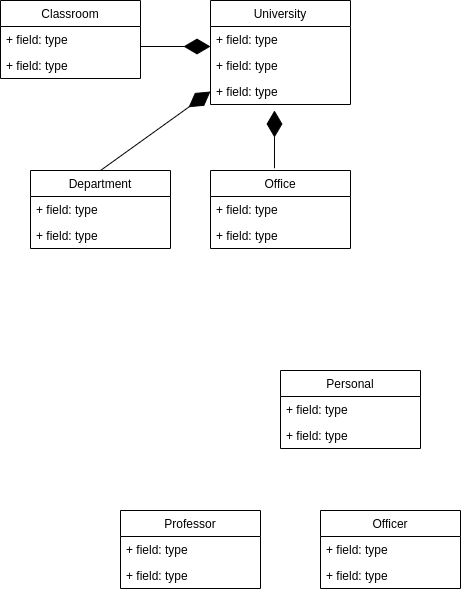
dikkulah/kodluyoruz-oop keeps this draw.io diagram as a.png. Above is the earlier version. Source tidied: cells renumbered, new cells last; positions are measured from the earlier drawing's top-left corner, leaving out a move shared by most shapes.
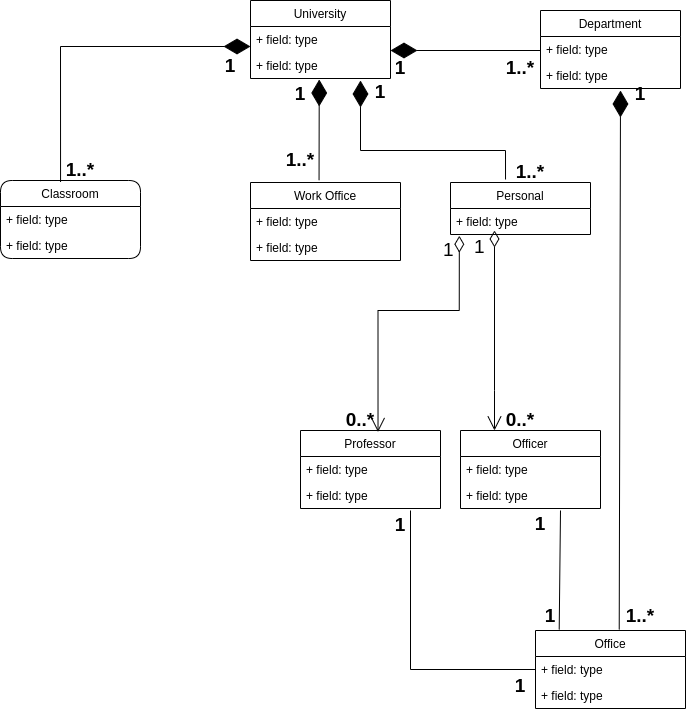
After the commit.

Diff of the diagram source:
```diff
@@ -3,7 +3,7 @@
     <mxCell id="0" />
     <mxCell id="1" parent="0" />
     <mxCell id="2" value="University" style="swimlane;fontStyle=0;horizontal=1;startSize=26;fillColor=none;" parent="1" vertex="1">
-      <mxGeometry x="210" width="140" height="104" as="geometry" />
+      <mxGeometry x="210" width="140" height="78" as="geometry" />
     </mxCell>
     <mxCell id="3" value="+ field: type" style="text;strokeColor=none;fillColor=none;align=left;verticalAlign=top;spacingLeft=4;spacingRight=4;overflow=hidden;" parent="2" vertex="1">
       <mxGeometry y="26" width="140" height="26" as="geometry" />
@@ -11,11 +11,8 @@
     <mxCell id="4" value="+ field: type" style="text;strokeColor=none;fillColor=none;align=left;verticalAlign=top;spacingLeft=4;spacingRight=4;overflow=hidden;points=[[0,0.5],[1,0.5]];portConstraint=eastwest;" parent="2" vertex="1">
       <mxGeometry y="52" width="140" height="26" as="geometry" />
     </mxCell>
-    <mxCell id="5" value="+ field: type" style="text;strokeColor=none;fillColor=none;align=left;verticalAlign=top;spacingLeft=4;spacingRight=4;overflow=hidden;points=[[0,0.5],[1,0.5]];portConstraint=eastwest;" parent="2" vertex="1">
-      <mxGeometry y="78" width="140" height="26" as="geometry" />
-    </mxCell>
     <mxCell id="6" value="Department" style="swimlane;fontStyle=0;horizontal=1;startSize=26;fillColor=none;" parent="1" vertex="1">
-      <mxGeometry x="30" y="170" width="140" height="78" as="geometry" />
+      <mxGeometry x="500" y="10" width="140" height="78" as="geometry" />
     </mxCell>
     <mxCell id="7" value="+ field: type" style="text;strokeColor=none;fillColor=none;align=left;verticalAlign=top;spacingLeft=4;spacingRight=4;overflow=hidden;" parent="6" vertex="1">
       <mxGeometry y="26" width="140" height="26" as="geometry" />
@@ -23,26 +20,23 @@
     <mxCell id="8" value="+ field: type" style="text;strokeColor=none;fillColor=none;align=left;verticalAlign=top;spacingLeft=4;spacingRight=4;overflow=hidden;" parent="6" vertex="1">
       <mxGeometry y="52" width="140" height="26" as="geometry" />
     </mxCell>
-    <mxCell id="9" value="Office" style="swimlane;fontStyle=0;horizontal=1;startSize=26;fillColor=none;" parent="1" vertex="1">
-      <mxGeometry x="210" y="170" width="140" height="78" as="geometry" />
+    <mxCell id="9" value="Work Office" style="swimlane;fontStyle=0;horizontal=1;startSize=26;fillColor=none;" parent="1" vertex="1">
+      <mxGeometry x="210" y="182" width="150" height="78" as="geometry" />
     </mxCell>
     <mxCell id="10" value="+ field: type" style="text;strokeColor=none;fillColor=none;align=left;verticalAlign=top;spacingLeft=4;spacingRight=4;overflow=hidden;" parent="9" vertex="1">
-      <mxGeometry y="26" width="140" height="26" as="geometry" />
+      <mxGeometry y="26" width="150" height="26" as="geometry" />
     </mxCell>
     <mxCell id="11" value="+ field: type" style="text;strokeColor=none;fillColor=none;align=left;verticalAlign=top;spacingLeft=4;spacingRight=4;overflow=hidden;" parent="9" vertex="1">
-      <mxGeometry y="52" width="140" height="26" as="geometry" />
+      <mxGeometry y="52" width="150" height="26" as="geometry" />
     </mxCell>
     <mxCell id="12" value="Personal" style="swimlane;fontStyle=0;horizontal=1;startSize=26;fillColor=none;" parent="1" vertex="1">
-      <mxGeometry x="280" y="370" width="140" height="78" as="geometry" />
+      <mxGeometry x="410" y="182" width="140" height="52" as="geometry" />
     </mxCell>
-    <mxCell id="13" value="+ field: type" style="text;strokeColor=none;fillColor=none;align=left;verticalAlign=top;spacingLeft=4;spacingRight=4;overflow=hidden;" parent="12" vertex="1">
-      <mxGeometry y="26" width="140" height="26" as="geometry" />
-    </mxCell>
     <mxCell id="14" value="+ field: type" style="text;strokeColor=none;fillColor=none;align=left;verticalAlign=top;spacingLeft=4;spacingRight=4;overflow=hidden;points=[[0,0.5],[1,0.5]];portConstraint=eastwest;" parent="12" vertex="1">
-      <mxGeometry y="52" width="140" height="26" as="geometry" />
+      <mxGeometry y="26" width="140" height="26" as="geometry" />
     </mxCell>
-    <mxCell id="15" value="Classroom" style="swimlane;fontStyle=0;horizontal=1;startSize=26;fillColor=none;" parent="1" vertex="1">
-      <mxGeometry width="140" height="78" as="geometry" />
+    <mxCell id="15" value="Classroom" style="swimlane;fontStyle=0;horizontal=1;startSize=26;rounded=1;shadow=0;sketch=0;glass=0;arcSize=15;gradientColor=none;" parent="1" vertex="1">
+      <mxGeometry x="-40" y="180" width="140" height="78" as="geometry" />
     </mxCell>
     <mxCell id="16" value="+ field: type" style="text;strokeColor=none;fillColor=none;align=left;verticalAlign=top;spacingLeft=4;spacingRight=4;overflow=hidden;points=[[0,0.5],[1,0.5]];portConstraint=eastwest;" parent="15" vertex="1">
       <mxGeometry y="26" width="140" height="26" as="geometry" />
@@ -51,7 +45,7 @@
       <mxGeometry y="52" width="140" height="26" as="geometry" />
     </mxCell>
     <mxCell id="18" value="Professor" style="swimlane;fontStyle=0;horizontal=1;startSize=26;fillColor=none;" parent="1" vertex="1">
-      <mxGeometry x="120" y="510" width="140" height="78" as="geometry" />
+      <mxGeometry x="260" y="430" width="140" height="78" as="geometry" />
     </mxCell>
     <mxCell id="19" value="+ field: type" style="text;strokeColor=none;fillColor=none;align=left;verticalAlign=top;spacingLeft=4;spacingRight=4;overflow=hidden;" parent="18" vertex="1">
       <mxGeometry y="26" width="140" height="26" as="geometry" />
@@ -60,7 +54,7 @@
       <mxGeometry y="52" width="140" height="26" as="geometry" />
     </mxCell>
     <mxCell id="21" value="Officer" style="swimlane;fontStyle=0;horizontal=1;startSize=26;fillColor=none;" parent="1" vertex="1">
-      <mxGeometry x="320" y="510" width="140" height="78" as="geometry" />
+      <mxGeometry x="420" y="430" width="140" height="78" as="geometry" />
     </mxCell>
     <mxCell id="22" value="+ field: type" style="text;strokeColor=none;fillColor=none;align=left;verticalAlign=top;spacingLeft=4;spacingRight=4;overflow=hidden;" parent="21" vertex="1">
       <mxGeometry y="26" width="140" height="26" as="geometry" />
@@ -68,18 +62,124 @@
     <mxCell id="23" value="+ field: type" style="text;strokeColor=none;fillColor=none;align=left;verticalAlign=top;spacingLeft=4;spacingRight=4;overflow=hidden;" parent="21" vertex="1">
       <mxGeometry y="52" width="140" height="26" as="geometry" />
     </mxCell>
-    <mxCell id="24" style="endArrow=diamondThin;endFill=1;endSize=24;html=1;rounded=0;exitX=1;exitY=0.769;exitDx=0;exitDy=0;exitPerimeter=0;" parent="1" edge="1" source="16">
+    <mxCell id="24" style="endArrow=diamondThin;endFill=1;endSize=24;html=1;rounded=0;exitX=0.429;exitY=0.019;exitDx=0;exitDy=0;exitPerimeter=0;" parent="1" edge="1" source="15">
       <mxGeometry relative="1" as="geometry">
         <mxPoint x="210" y="46" as="targetPoint" />
+        <Array as="points">
+          <mxPoint x="20" y="46" />
+        </Array>
       </mxGeometry>
     </mxCell>
-    <mxCell id="25" style="endArrow=diamondThin;endFill=1;endSize=24;html=1;rounded=0;exitX=0.5;exitY=0;exitDx=0;exitDy=0;entryX=0;entryY=0.5;entryDx=0;entryDy=0;" parent="1" edge="1" source="6" target="5">
-      <mxGeometry relative="1" as="geometry" />
+    <mxCell id="25" style="endArrow=diamondThin;endFill=1;endSize=24;html=1;rounded=0;" parent="1" edge="1">
+      <mxGeometry relative="1" as="geometry">
+        <mxPoint x="500" y="50" as="sourcePoint" />
+        <mxPoint x="350" y="50" as="targetPoint" />
+      </mxGeometry>
     </mxCell>
-    <mxCell id="26" style="endArrow=diamondThin;endFill=1;endSize=24;html=1;rounded=0;exitX=0.457;exitY=-0.029;exitDx=0;exitDy=0;exitPerimeter=0;" parent="1" edge="1" source="9">
-      <mxGeometry relative="1" as="geometry">
-        <mxPoint x="274" y="110" as="targetPoint" />
-      </mxGeometry>
+    <mxCell id="26" style="endArrow=diamondThin;endFill=1;endSize=24;html=1;rounded=0;exitX=0.457;exitY=-0.029;exitDx=0;exitDy=0;exitPerimeter=0;entryX=0.491;entryY=1.038;entryDx=0;entryDy=0;entryPerimeter=0;" parent="1" edge="1" source="9" target="4">
+      <mxGeometry relative="1" as="geometry" />
     </mxCell>
+    <mxCell id="27" value="1..*" style="text;align=center;fontStyle=1;verticalAlign=middle;spacingLeft=3;spacingRight=3;strokeColor=none;rounded=1;shadow=0;glass=0;sketch=0;gradientColor=none;fontSize=19;" parent="1" vertex="1">
+      <mxGeometry y="154" width="80" height="26" as="geometry" />
+    </mxCell>
+    <mxCell id="28" value="1..*" style="text;align=center;fontStyle=1;verticalAlign=middle;spacingLeft=3;spacingRight=3;strokeColor=none;rounded=1;shadow=0;glass=0;sketch=0;gradientColor=none;fontSize=19;" parent="1" vertex="1">
+      <mxGeometry x="440" y="52" width="80" height="26" as="geometry" />
+    </mxCell>
+    <mxCell id="29" value="1..*&#10;" style="text;align=center;fontStyle=1;verticalAlign=middle;spacingLeft=3;spacingRight=3;strokeColor=none;rounded=1;shadow=0;glass=0;sketch=0;gradientColor=none;fontSize=19;" parent="1" vertex="1">
+      <mxGeometry x="220" y="156" width="80" height="26" as="geometry" />
+    </mxCell>
+    <mxCell id="30" value="Office" style="swimlane;fontStyle=0;horizontal=1;startSize=26;fillColor=none;" parent="1" vertex="1">
+      <mxGeometry x="495" y="630" width="150" height="78" as="geometry" />
+    </mxCell>
+    <mxCell id="31" value="+ field: type" style="text;strokeColor=none;fillColor=none;align=left;verticalAlign=top;spacingLeft=4;spacingRight=4;overflow=hidden;points=[[0,0.5],[1,0.5]];portConstraint=eastwest;" parent="30" vertex="1">
+      <mxGeometry y="26" width="150" height="26" as="geometry" />
+    </mxCell>
+    <mxCell id="32" value="+ field: type" style="text;strokeColor=none;fillColor=none;align=left;verticalAlign=top;spacingLeft=4;spacingRight=4;overflow=hidden;" parent="30" vertex="1">
+      <mxGeometry y="52" width="150" height="26" as="geometry" />
+    </mxCell>
+    <mxCell id="33" style="endArrow=diamondThin;endFill=1;endSize=24;html=1;rounded=0;fontSize=19;exitX=0.393;exitY=-0.058;exitDx=0;exitDy=0;exitPerimeter=0;" parent="1" edge="1" source="12">
+      <mxGeometry relative="1" as="geometry">
+        <mxPoint x="320" y="80" as="targetPoint" />
+        <Array as="points">
+          <mxPoint x="465" y="150" />
+          <mxPoint x="320" y="150" />
+        </Array>
+      </mxGeometry>
+    </mxCell>
+    <mxCell id="34" value="1" style="text;align=center;fontStyle=1;verticalAlign=middle;spacingLeft=3;spacingRight=3;strokeColor=none;rounded=1;shadow=0;glass=0;sketch=0;fontSize=19;gradientColor=none;" parent="1" vertex="1">
+      <mxGeometry x="150" y="50" width="80" height="26" as="geometry" />
+    </mxCell>
+    <mxCell id="35" value="1" style="text;align=center;fontStyle=1;verticalAlign=middle;spacingLeft=3;spacingRight=3;strokeColor=none;rounded=1;shadow=0;glass=0;sketch=0;fontSize=19;gradientColor=none;" parent="1" vertex="1">
+      <mxGeometry x="320" y="52" width="80" height="26" as="geometry" />
+    </mxCell>
+    <mxCell id="36" value="1" style="text;align=center;fontStyle=1;verticalAlign=middle;spacingLeft=3;spacingRight=3;strokeColor=none;rounded=1;shadow=0;glass=0;sketch=0;fontSize=19;gradientColor=none;" parent="1" vertex="1">
+      <mxGeometry x="220" y="78" width="80" height="26" as="geometry" />
+    </mxCell>
+    <mxCell id="37" value="1" style="text;align=center;fontStyle=1;verticalAlign=middle;spacingLeft=3;spacingRight=3;strokeColor=none;rounded=1;shadow=0;glass=0;sketch=0;fontSize=19;gradientColor=none;" parent="1" vertex="1">
+      <mxGeometry x="300" y="76" width="80" height="26" as="geometry" />
+    </mxCell>
+    <mxCell id="38" value="1..*" style="text;align=center;fontStyle=1;verticalAlign=middle;spacingLeft=3;spacingRight=3;strokeColor=none;rounded=1;shadow=0;glass=0;sketch=0;fontSize=19;gradientColor=none;" parent="1" vertex="1">
+      <mxGeometry x="450" y="156" width="80" height="26" as="geometry" />
+    </mxCell>
+    <mxCell id="39" style="endArrow=diamondThin;endFill=1;endSize=24;html=1;rounded=0;exitX=0.234;exitY=1.115;exitDx=0;exitDy=0;exitPerimeter=0;" parent="1" edge="1" source="41">
+      <mxGeometry relative="1" as="geometry">
+        <mxPoint x="580" y="90" as="targetPoint" />
+      </mxGeometry>
+    </mxCell>
+    <mxCell id="40" value="1" style="text;align=center;fontStyle=1;verticalAlign=middle;spacingLeft=3;spacingRight=3;strokeColor=none;rounded=1;shadow=0;glass=0;sketch=0;fontSize=19;gradientColor=none;" parent="1" vertex="1">
+      <mxGeometry x="560" y="78" width="80" height="26" as="geometry" />
+    </mxCell>
+    <mxCell id="41" value="1..*" style="text;align=center;fontStyle=1;verticalAlign=middle;spacingLeft=3;spacingRight=3;strokeColor=none;points=[[0,0.5],[1,0.5]];portConstraint=eastwest;rounded=1;shadow=0;glass=0;sketch=0;gradientColor=none;fontSize=19;" parent="1" vertex="1">
+      <mxGeometry x="560" y="600" width="80" height="26" as="geometry" />
+    </mxCell>
+    <mxCell id="42" value="0..*" style="text;align=center;fontStyle=1;verticalAlign=middle;spacingLeft=3;spacingRight=3;strokeColor=none;rounded=1;shadow=0;glass=0;sketch=0;fontSize=19;gradientColor=none;" parent="1" vertex="1">
+      <mxGeometry x="440" y="404" width="80" height="26" as="geometry" />
+    </mxCell>
+    <mxCell id="43" value="0..*" style="text;align=center;fontStyle=1;verticalAlign=middle;spacingLeft=3;spacingRight=3;strokeColor=none;points=[[0,0.5],[1,0.5]];portConstraint=eastwest;rounded=1;shadow=0;glass=0;sketch=0;fontSize=19;gradientColor=none;" parent="1" vertex="1">
+      <mxGeometry x="280" y="404" width="80" height="26" as="geometry" />
+    </mxCell>
+    <mxCell id="44" value="1" style="endArrow=open;html=1;endSize=12;startArrow=diamondThin;startSize=14;startFill=0;edgeStyle=orthogonalEdgeStyle;align=left;verticalAlign=bottom;rounded=0;fontSize=19;entryX=0.719;entryY=1.058;entryDx=0;entryDy=0;entryPerimeter=0;exitX=0.063;exitY=1.048;exitDx=0;exitDy=0;horizontal=1;spacingRight=31;spacingBottom=-29;spacingLeft=-21;exitPerimeter=0;" parent="1" edge="1" source="14" target="43">
+      <mxGeometry x="-1" y="3" relative="1" as="geometry">
+        <Array as="points">
+          <mxPoint x="419" y="310" />
+          <mxPoint x="338" y="310" />
+        </Array>
+      </mxGeometry>
+    </mxCell>
+    <mxCell id="45" value="1" style="endArrow=open;html=1;endSize=12;startArrow=diamondThin;startSize=14;startFill=0;edgeStyle=orthogonalEdgeStyle;align=left;verticalAlign=bottom;rounded=0;fontSize=19;horizontal=1;spacingRight=23;spacingBottom=-31;spacingLeft=-25;" parent="1" edge="1">
+      <mxGeometry x="-1" y="3" relative="1" as="geometry">
+        <mxPoint x="454" y="230" as="sourcePoint" />
+        <mxPoint x="454" y="430" as="targetPoint" />
+        <Array as="points">
+          <mxPoint x="454" y="390" />
+          <mxPoint x="454" y="390" />
+        </Array>
+      </mxGeometry>
+    </mxCell>
+    <mxCell id="46" style="endArrow=none;html=1;rounded=0;fontSize=19;entryX=0;entryY=0.5;entryDx=0;entryDy=0;" parent="1" edge="1" target="31">
+      <mxGeometry relative="1" as="geometry">
+        <mxPoint x="370" y="510" as="sourcePoint" />
+        <Array as="points">
+          <mxPoint x="370" y="669" />
+        </Array>
+      </mxGeometry>
+    </mxCell>
+    <mxCell id="47" style="endArrow=none;html=1;rounded=0;fontSize=19;entryX=0.158;entryY=-0.013;entryDx=0;entryDy=0;entryPerimeter=0;" parent="1" edge="1" target="30">
+      <mxGeometry relative="1" as="geometry">
+        <mxPoint x="520" y="510" as="sourcePoint" />
+      </mxGeometry>
+    </mxCell>
+    <mxCell id="48" value="1" style="text;align=center;fontStyle=1;verticalAlign=middle;spacingLeft=3;spacingRight=3;strokeColor=none;rounded=1;shadow=0;glass=0;sketch=0;fontSize=19;gradientColor=none;" parent="1" vertex="1">
+      <mxGeometry x="320" y="509" width="80" height="26" as="geometry" />
+    </mxCell>
+    <mxCell id="49" value="1" style="text;align=center;fontStyle=1;verticalAlign=middle;spacingLeft=3;spacingRight=3;strokeColor=none;rounded=1;shadow=0;glass=0;sketch=0;fontSize=19;gradientColor=none;" parent="1" vertex="1">
+      <mxGeometry x="440" y="670" width="80" height="26" as="geometry" />
+    </mxCell>
+    <mxCell id="50" value="1" style="text;align=center;fontStyle=1;verticalAlign=middle;spacingLeft=3;spacingRight=3;strokeColor=none;rounded=1;shadow=0;glass=0;sketch=0;fontSize=19;gradientColor=none;" parent="1" vertex="1">
+      <mxGeometry x="460" y="508" width="80" height="26" as="geometry" />
+    </mxCell>
+    <mxCell id="51" value="1" style="text;align=center;fontStyle=1;verticalAlign=middle;spacingLeft=3;spacingRight=3;strokeColor=none;rounded=1;shadow=0;glass=0;sketch=0;fontSize=19;gradientColor=none;" parent="1" vertex="1">
+      <mxGeometry x="470" y="600" width="80" height="26" as="geometry" />
+    </mxCell>
   </root>
 </mxGraphModel>
```
